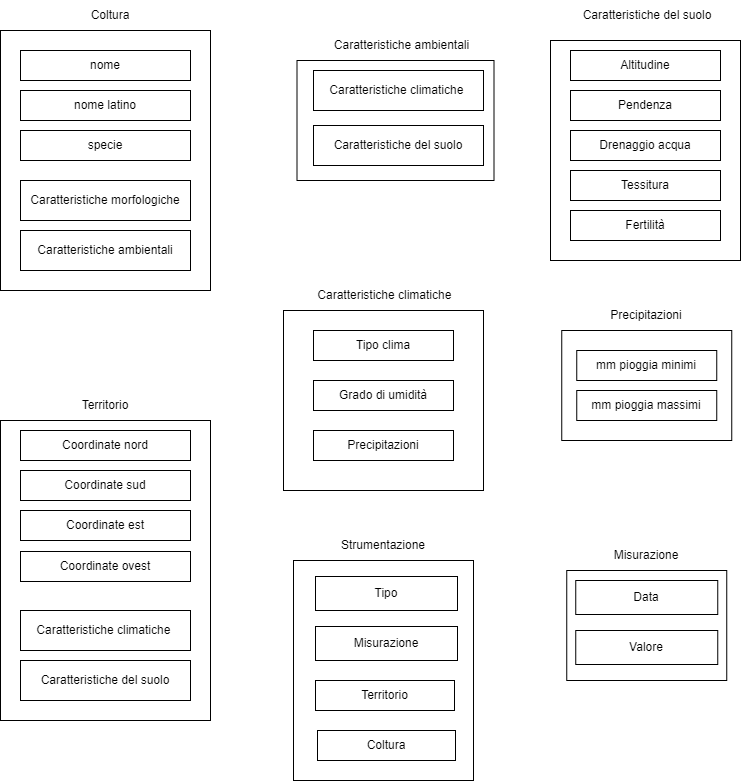
Before: Untitled Diagram.drawio.png, a diagram exported from draw.io (maria-natale/ProgettoWS). Source tidied: cells renumbered, new cells last; positions are measured from the earlier drawing's top-left corner, leaving out a move shared by most shapes.
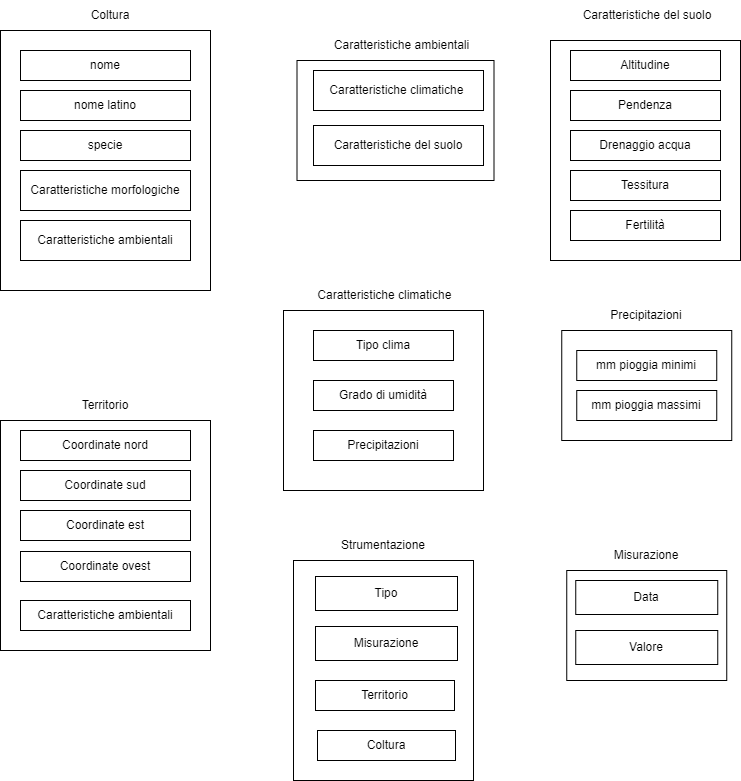
The same diagram one commit later.

What changed in the source:
```diff
@@ -9,11 +9,8 @@
       <mxGeometry x="80" width="60" height="30" as="geometry" />
     </mxCell>
     <mxCell id="4" value="Caratteristiche morfologiche" style="rounded=0;whiteSpace=wrap;html=1;" parent="1" vertex="1">
-      <mxGeometry x="20" y="180" width="170" height="40" as="geometry" />
+      <mxGeometry x="20" y="170" width="170" height="40" as="geometry" />
     </mxCell>
-    <mxCell id="5" value="Caratteristiche ambientali" style="rounded=0;whiteSpace=wrap;html=1;" parent="1" vertex="1">
-      <mxGeometry x="20" y="230" width="170" height="40" as="geometry" />
-    </mxCell>
     <mxCell id="6" style="rounded=0;whiteSpace=wrap;html=1;" parent="1" vertex="1">
       <mxGeometry x="283" y="310" width="200" height="180" as="geometry" />
     </mxCell>
@@ -72,7 +69,7 @@
       <mxGeometry x="20" y="130" width="170" height="30" as="geometry" />
     </mxCell>
     <mxCell id="25" style="rounded=0;whiteSpace=wrap;html=1;" parent="1" vertex="1">
-      <mxGeometry y="420" width="210" height="300" as="geometry" />
+      <mxGeometry y="420" width="210" height="230" as="geometry" />
     </mxCell>
     <mxCell id="26" value="Coordinate nord" style="rounded=0;whiteSpace=wrap;html=1;" parent="1" vertex="1">
       <mxGeometry x="20" y="430" width="170" height="30" as="geometry" />
@@ -80,12 +77,6 @@
     <mxCell id="27" value="Territorio" style="text;html=1;strokeColor=none;fillColor=none;align=center;verticalAlign=middle;whiteSpace=wrap;rounded=0;" parent="1" vertex="1">
       <mxGeometry x="75" y="390" width="60" height="30" as="geometry" />
     </mxCell>
-    <mxCell id="28" value="Caratteristiche climatiche&amp;nbsp;" style="rounded=0;whiteSpace=wrap;html=1;" parent="1" vertex="1">
-      <mxGeometry x="20" y="610" width="170" height="40" as="geometry" />
-    </mxCell>
-    <mxCell id="29" value="Caratteristiche del suolo" style="rounded=0;whiteSpace=wrap;html=1;" parent="1" vertex="1">
-      <mxGeometry x="20" y="660" width="170" height="40" as="geometry" />
-    </mxCell>
     <mxCell id="30" value="Coordinate sud" style="rounded=0;whiteSpace=wrap;html=1;" parent="1" vertex="1">
       <mxGeometry x="20" y="470" width="170" height="30" as="geometry" />
     </mxCell>
@@ -137,5 +128,11 @@
     <mxCell id="46" value="Misurazione" style="text;html=1;strokeColor=none;fillColor=none;align=center;verticalAlign=middle;whiteSpace=wrap;rounded=0;" parent="1" vertex="1">
       <mxGeometry x="593.2" y="540" width="106" height="30" as="geometry" />
     </mxCell>
+    <mxCell id="47" value="Caratteristiche ambientali" style="rounded=0;whiteSpace=wrap;html=1;" parent="1" vertex="1">
+      <mxGeometry x="20" y="600" width="170" height="30" as="geometry" />
+    </mxCell>
+    <mxCell id="48" value="Caratteristiche ambientali" style="rounded=0;whiteSpace=wrap;html=1;" parent="1" vertex="1">
+      <mxGeometry x="20" y="220" width="170" height="40" as="geometry" />
+    </mxCell>
   </root>
 </mxGraphModel>
```
